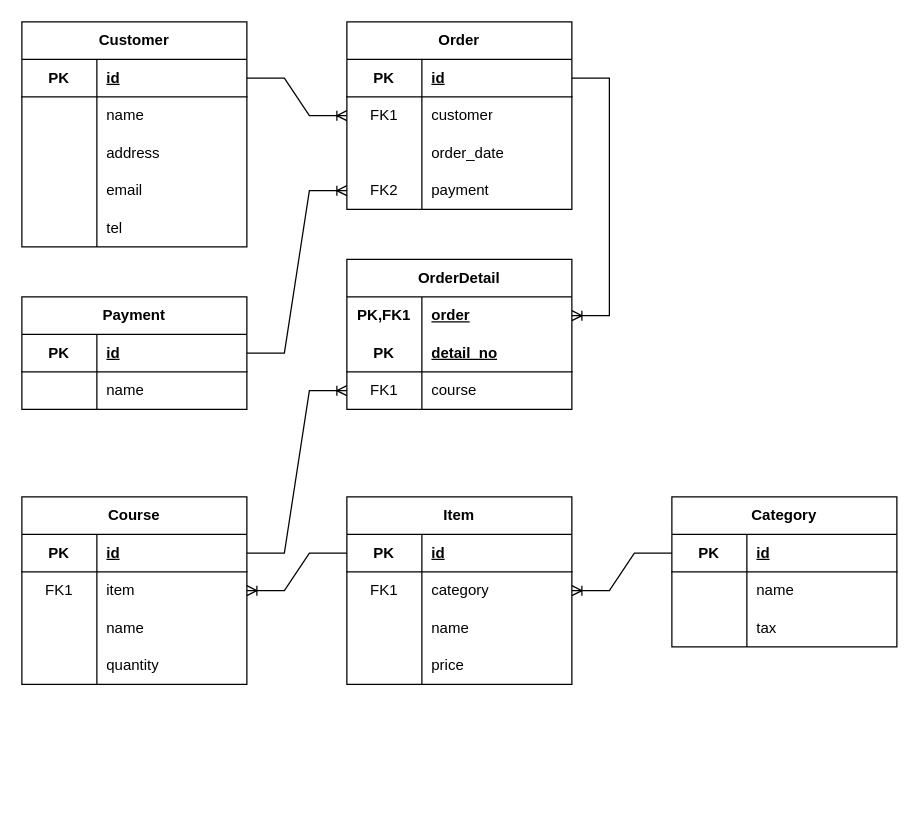
The draw.io diagram document/ER.drawio in BocciGaria/test-ec-site, before the edit. Source tidied: cells renumbered, new cells numbered last; positions are measured from the earlier drawing's top-left corner, leaving out a move shared by most shapes. Both pictures are drawn from the tidied source at 125%, with x=0, y=0 at pixel (21, 21).
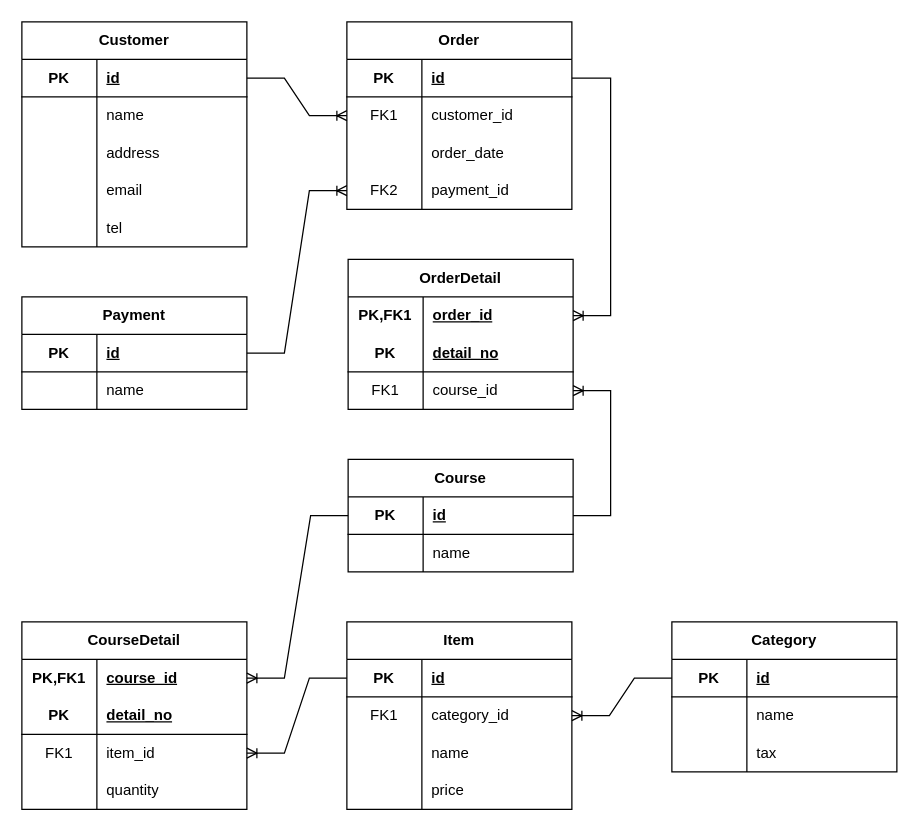
The same diagram, later.

The change refers to these unchanged cells:
```xml
<mxCell id="3" style="shape=tableRow;horizontal=0;startSize=0;swimlaneHead=0;swimlaneBody=0;fillColor=none;points=[[0,0.5],[1,0.5]];portConstraint=eastwest;top=0;left=0;right=0;bottom=1;html=1;" parent="2" vertex="1">
  <mxGeometry y="30" width="180" height="30" as="geometry" />
</mxCell>
<mxCell id="6" style="shape=tableRow;horizontal=0;startSize=0;swimlaneHead=0;swimlaneBody=0;fillColor=none;points=[[0,0.5],[1,0.5]];portConstraint=eastwest;top=0;left=0;right=0;bottom=0;html=1;" parent="2" vertex="1">
  <mxGeometry y="60" width="180" height="30" as="geometry" />
</mxCell>
<mxCell id="60" style="shape=tableRow;horizontal=0;startSize=0;swimlaneHead=0;swimlaneBody=0;fillColor=none;points=[[0,0.5],[1,0.5]];portConstraint=eastwest;top=0;left=0;right=0;bottom=0;html=1;" parent="56" vertex="1">
  <mxGeometry y="60" width="180" height="30" as="geometry" />
</mxCell>
<mxCell id="66" style="shape=tableRow;horizontal=0;startSize=0;swimlaneHead=0;swimlaneBody=0;fillColor=none;points=[[0,0.5],[1,0.5]];portConstraint=eastwest;top=0;left=0;right=0;bottom=0;html=1;" parent="56" vertex="1">
  <mxGeometry y="120" width="180" height="30" as="geometry" />
</mxCell>
<mxCell id="72" style="shape=tableRow;horizontal=0;startSize=0;swimlaneHead=0;swimlaneBody=0;fillColor=none;points=[[0,0.5],[1,0.5]];portConstraint=eastwest;top=0;left=0;right=0;bottom=0;html=1;" parent="71" vertex="1">
  <mxGeometry y="30" width="180" height="30" as="geometry" />
</mxCell>
<mxCell id="78" style="shape=tableRow;horizontal=0;startSize=0;swimlaneHead=0;swimlaneBody=0;fillColor=none;points=[[0,0.5],[1,0.5]];portConstraint=eastwest;top=0;left=0;right=0;bottom=0;html=1;" parent="71" vertex="1">
  <mxGeometry y="90" width="180" height="30" as="geometry" />
</mxCell>
```

Change to the diagram source:
```diff
@@
     <mxCell id="2" value="Item" style="shape=table;startSize=30;childLayout=tableLayout;rowLines=0;fontStyle=1;align=center;html=1;whiteSpace=wrap;" parent="1" vertex="1">
-      <mxGeometry x="260" y="380" width="180" height="150" as="geometry" />
+      <mxGeometry x="260" y="480" width="180" height="150" as="geometry" />
     </mxCell>
@@
-    <mxCell id="8" value="category" style="shape=partialRectangle;fillColor=none;top=0;left=0;bottom=0;right=0;align=left;spacingLeft=6;overflow=hidden;html=1;whiteSpace=wrap;" parent="6" vertex="1">
+    <mxCell id="8" value="category_id" style="shape=partialRectangle;fillColor=none;top=0;left=0;bottom=0;right=0;align=left;spacingLeft=6;overflow=hidden;html=1;whiteSpace=wrap;" parent="6" vertex="1">
       <mxGeometry x="60" width="120" height="30" as="geometry" />
     </mxCell>
@@
     <mxCell id="15" value="Category" style="shape=table;startSize=30;childLayout=tableLayout;rowLines=0;fontStyle=1;align=center;html=1;whiteSpace=wrap;" parent="1" vertex="1">
-      <mxGeometry x="520" y="380" width="180" height="120" as="geometry" />
+      <mxGeometry x="520" y="480" width="180" height="120" as="geometry" />
     </mxCell>
@@
     <mxCell id="26" value="Course" style="shape=table;startSize=30;childLayout=tableLayout;rowLines=0;fontStyle=1;align=center;html=1;whiteSpace=wrap;" parent="1" vertex="1">
-      <mxGeometry y="380" width="180" height="150" as="geometry" />
+      <mxGeometry x="261" y="350" width="180" height="90" as="geometry" />
     </mxCell>
-    <mxCell id="27" style="shape=tableRow;horizontal=0;startSize=0;swimlaneHead=0;swimlaneBody=0;fillColor=none;points=[[0,0.5],[1,0.5]];portConstraint=eastwest;top=0;left=0;right=0;bottom=1;html=1;" parent="26" vertex="1">
-      <mxGeometry y="30" width="180" height="30" as="geometry" />
-    </mxCell>
-    <mxCell id="28" value="PK" style="shape=partialRectangle;fillColor=none;top=0;left=0;bottom=0;right=0;fontStyle=1;overflow=hidden;html=1;whiteSpace=wrap;" parent="27" vertex="1">
-      <mxGeometry width="60" height="30" as="geometry" />
-    </mxCell>
+    <mxCell id="90" style="shape=tableRow;horizontal=0;startSize=0;swimlaneHead=0;swimlaneBody=0;fillColor=none;points=[[0,0.5],[1,0.5]];portConstraint=eastwest;top=0;left=0;right=0;bottom=1;html=1;strokeColor=inherit;" parent="26" vertex="1">
+      <mxGeometry y="30" width="180" height="30" as="geometry" />
+    </mxCell>
+    <mxCell id="91" value="PK" style="shape=partialRectangle;fillColor=none;top=0;left=0;bottom=0;right=0;fontStyle=1;overflow=hidden;html=1;whiteSpace=wrap;" parent="90" vertex="1">
+      <mxGeometry width="60" height="30" as="geometry" />
+    </mxCell>
-    <mxCell id="29" value="id" style="shape=partialRectangle;fillColor=none;top=0;left=0;bottom=0;right=0;align=left;spacingLeft=6;fontStyle=5;overflow=hidden;html=1;whiteSpace=wrap;" parent="27" vertex="1">
+    <mxCell id="29" value="id" style="shape=partialRectangle;fillColor=none;top=0;left=0;bottom=0;right=0;align=left;spacingLeft=6;fontStyle=5;overflow=hidden;html=1;whiteSpace=wrap;" parent="90" vertex="1">
       <mxGeometry x="60" width="120" height="30" as="geometry" />
     </mxCell>
-    <mxCell id="30" style="shape=tableRow;horizontal=0;startSize=0;swimlaneHead=0;swimlaneBody=0;fillColor=none;points=[[0,0.5],[1,0.5]];portConstraint=eastwest;top=0;left=0;right=0;bottom=0;html=1;" parent="26" vertex="1">
-      <mxGeometry y="60" width="180" height="30" as="geometry" />
-    </mxCell>
-    <mxCell id="31" value="FK1" style="shape=partialRectangle;fillColor=none;top=0;left=0;bottom=0;right=0;overflow=hidden;html=1;whiteSpace=wrap;" parent="30" vertex="1">
-      <mxGeometry width="60" height="30" as="geometry" />
-    </mxCell>
-    <mxCell id="32" value="item" style="shape=partialRectangle;fillColor=none;top=0;left=0;bottom=0;right=0;align=left;spacingLeft=6;overflow=hidden;html=1;whiteSpace=wrap;" parent="30" vertex="1">
-      <mxGeometry x="60" width="120" height="30" as="geometry" />
-    </mxCell>
     <mxCell id="33" style="shape=tableRow;horizontal=0;startSize=0;swimlaneHead=0;swimlaneBody=0;fillColor=none;top=0;left=0;right=0;bottom=0;html=1;" parent="26" vertex="1">
-      <mxGeometry y="90" width="180" height="30" as="geometry" />
+      <mxGeometry y="60" width="180" height="30" as="geometry" />
     </mxCell>
@@
-    <mxCell id="36" style="shape=tableRow;horizontal=0;startSize=0;swimlaneHead=0;swimlaneBody=0;fillColor=none;top=0;left=0;right=0;bottom=0;html=1;" parent="26" vertex="1">
-      <mxGeometry y="120" width="180" height="30" as="geometry" />
-    </mxCell>
-    <mxCell id="37" style="shape=partialRectangle;fillColor=none;top=0;left=0;bottom=0;right=0;overflow=hidden;html=1;whiteSpace=wrap;" parent="36" vertex="1">
-      <mxGeometry width="60" height="30" as="geometry" />
-    </mxCell>
-    <mxCell id="38" value="quantity" style="shape=partialRectangle;fillColor=none;top=0;left=0;bottom=0;right=0;align=left;spacingLeft=6;overflow=hidden;html=1;whiteSpace=wrap;" parent="36" vertex="1">
-      <mxGeometry x="60" width="120" height="30" as="geometry" />
-    </mxCell>
-    <mxCell id="39" style="edgeStyle=entityRelationEdgeStyle;fontSize=12;html=1;endArrow=ERoneToMany;rounded=0;" parent="1" edge="1" source="3" target="30">
+    <mxCell id="39" style="edgeStyle=entityRelationEdgeStyle;fontSize=12;html=1;endArrow=ERoneToMany;rounded=0;" parent="1" edge="1" source="3" target="99">
       <mxGeometry relative="1" as="geometry" />
     </mxCell>
@@
-    <mxCell id="62" value="customer" style="shape=partialRectangle;fillColor=none;top=0;left=0;bottom=0;right=0;align=left;spacingLeft=6;overflow=hidden;html=1;whiteSpace=wrap;" parent="60" vertex="1">
+    <mxCell id="62" value="customer_id" style="shape=partialRectangle;fillColor=none;top=0;left=0;bottom=0;right=0;align=left;spacingLeft=6;overflow=hidden;html=1;whiteSpace=wrap;" parent="60" vertex="1">
       <mxGeometry x="60" width="120" height="30" as="geometry" />
     </mxCell>
@@
-    <mxCell id="68" value="payment" style="shape=partialRectangle;fillColor=none;top=0;left=0;bottom=0;right=0;align=left;spacingLeft=6;overflow=hidden;html=1;whiteSpace=wrap;" parent="66" vertex="1">
+    <mxCell id="68" value="payment_id" style="shape=partialRectangle;fillColor=none;top=0;left=0;bottom=0;right=0;align=left;spacingLeft=6;overflow=hidden;html=1;whiteSpace=wrap;" parent="66" vertex="1">
       <mxGeometry x="60" width="120" height="30" as="geometry" />
     </mxCell>
@@
-    <mxCell id="70" style="edgeStyle=entityRelationEdgeStyle;fontSize=12;html=1;endArrow=ERoneToMany;rounded=0;" parent="1" edge="1" source="27" target="78">
+    <mxCell id="70" style="edgeStyle=entityRelationEdgeStyle;fontSize=12;html=1;endArrow=ERoneToMany;rounded=0;" parent="1" edge="1" source="90" target="78">
       <mxGeometry relative="1" as="geometry" />
     </mxCell>
     <mxCell id="71" value="OrderDetail" style="shape=table;startSize=30;childLayout=tableLayout;rowLines=0;fontStyle=1;align=center;html=1;whiteSpace=wrap;" parent="1" vertex="1">
-      <mxGeometry x="260" y="190" width="180" height="120" as="geometry" />
+      <mxGeometry x="261" y="190" width="180" height="120" as="geometry" />
     </mxCell>
@@
-    <mxCell id="74" value="order" style="shape=partialRectangle;fillColor=none;top=0;left=0;bottom=0;right=0;align=left;spacingLeft=6;fontStyle=5;overflow=hidden;html=1;whiteSpace=wrap;" parent="72" vertex="1">
+    <mxCell id="74" value="order_id" style="shape=partialRectangle;fillColor=none;top=0;left=0;bottom=0;right=0;align=left;spacingLeft=6;fontStyle=5;overflow=hidden;html=1;whiteSpace=wrap;" parent="72" vertex="1">
       <mxGeometry x="60" width="120" height="30" as="geometry" />
     </mxCell>
@@
-    <mxCell id="80" value="course" style="shape=partialRectangle;fillColor=none;top=0;left=0;bottom=0;right=0;align=left;spacingLeft=6;overflow=hidden;html=1;whiteSpace=wrap;" parent="78" vertex="1">
+    <mxCell id="80" value="course_id" style="shape=partialRectangle;fillColor=none;top=0;left=0;bottom=0;right=0;align=left;spacingLeft=6;overflow=hidden;html=1;whiteSpace=wrap;" parent="78" vertex="1">
       <mxGeometry x="60" width="120" height="30" as="geometry" />
     </mxCell>
@@
+    <mxCell id="92" value="CourseDetail" style="shape=table;startSize=30;childLayout=tableLayout;rowLines=0;fontStyle=1;align=center;html=1;whiteSpace=wrap;" parent="1" vertex="1">
+      <mxGeometry y="480" width="180" height="150" as="geometry" />
+    </mxCell>
+    <mxCell id="93" style="shape=tableRow;horizontal=0;startSize=0;swimlaneHead=0;swimlaneBody=0;fillColor=none;points=[[0,0.5],[1,0.5]];portConstraint=eastwest;top=0;left=0;right=0;bottom=0;html=1;" parent="92" vertex="1">
+      <mxGeometry y="30" width="180" height="30" as="geometry" />
+    </mxCell>
+    <mxCell id="94" value="PK,FK1" style="shape=partialRectangle;fillColor=none;top=0;left=0;bottom=0;right=0;fontStyle=1;overflow=hidden;html=1;whiteSpace=wrap;" parent="93" vertex="1">
+      <mxGeometry width="60" height="30" as="geometry" />
+    </mxCell>
+    <mxCell id="95" value="course_id" style="shape=partialRectangle;fillColor=none;top=0;left=0;bottom=0;right=0;align=left;spacingLeft=6;fontStyle=5;overflow=hidden;html=1;whiteSpace=wrap;" parent="93" vertex="1">
+      <mxGeometry x="60" width="120" height="30" as="geometry" />
+    </mxCell>
+    <mxCell id="96" style="shape=tableRow;horizontal=0;startSize=0;swimlaneHead=0;swimlaneBody=0;fillColor=none;top=0;left=0;right=0;bottom=1;html=1;" parent="92" vertex="1">
+      <mxGeometry y="60" width="180" height="30" as="geometry" />
+    </mxCell>
+    <mxCell id="97" value="PK" style="shape=partialRectangle;fillColor=none;top=0;left=0;bottom=0;right=0;fontStyle=1;overflow=hidden;html=1;whiteSpace=wrap;" parent="96" vertex="1">
+      <mxGeometry width="60" height="30" as="geometry" />
+    </mxCell>
+    <mxCell id="98" value="detail_no" style="shape=partialRectangle;fillColor=none;top=0;left=0;bottom=0;right=0;align=left;spacingLeft=6;fontStyle=5;overflow=hidden;html=1;whiteSpace=wrap;" parent="96" vertex="1">
+      <mxGeometry x="60" width="120" height="30" as="geometry" />
+    </mxCell>
+    <mxCell id="99" style="shape=tableRow;horizontal=0;startSize=0;swimlaneHead=0;swimlaneBody=0;fillColor=none;points=[[0,0.5],[1,0.5]];portConstraint=eastwest;top=0;left=0;right=0;bottom=0;html=1;" parent="92" vertex="1">
+      <mxGeometry y="90" width="180" height="30" as="geometry" />
+    </mxCell>
+    <mxCell id="31" value="FK1" style="shape=partialRectangle;fillColor=none;top=0;left=0;bottom=0;right=0;overflow=hidden;html=1;whiteSpace=wrap;" parent="99" vertex="1">
+      <mxGeometry width="60" height="30" as="geometry" />
+    </mxCell>
+    <mxCell id="100" value="item_id" style="shape=partialRectangle;fillColor=none;top=0;left=0;bottom=0;right=0;align=left;spacingLeft=6;overflow=hidden;html=1;whiteSpace=wrap;" parent="99" vertex="1">
+      <mxGeometry x="60" width="120" height="30" as="geometry" />
+    </mxCell>
+    <mxCell id="36" style="shape=tableRow;horizontal=0;startSize=0;swimlaneHead=0;swimlaneBody=0;fillColor=none;top=0;left=0;right=0;bottom=0;html=1;" parent="92" vertex="1">
+      <mxGeometry y="120" width="180" height="30" as="geometry" />
+    </mxCell>
+    <mxCell id="37" style="shape=partialRectangle;fillColor=none;top=0;left=0;bottom=0;right=0;overflow=hidden;html=1;whiteSpace=wrap;" parent="36" vertex="1">
+      <mxGeometry width="60" height="30" as="geometry" />
+    </mxCell>
+    <mxCell id="38" value="quantity" style="shape=partialRectangle;fillColor=none;top=0;left=0;bottom=0;right=0;align=left;spacingLeft=6;overflow=hidden;html=1;whiteSpace=wrap;" parent="36" vertex="1">
+      <mxGeometry x="60" width="120" height="30" as="geometry" />
+    </mxCell>
+    <mxCell id="101" style="edgeStyle=entityRelationEdgeStyle;fontSize=12;html=1;endArrow=ERoneToMany;rounded=0;" parent="1" edge="1" source="90" target="93">
+      <mxGeometry relative="1" as="geometry">
+        <Array as="points">
+          <mxPoint x="-40" y="490" />
+          <mxPoint x="380" y="420" />
+        </Array>
+      </mxGeometry>
+    </mxCell>
```
